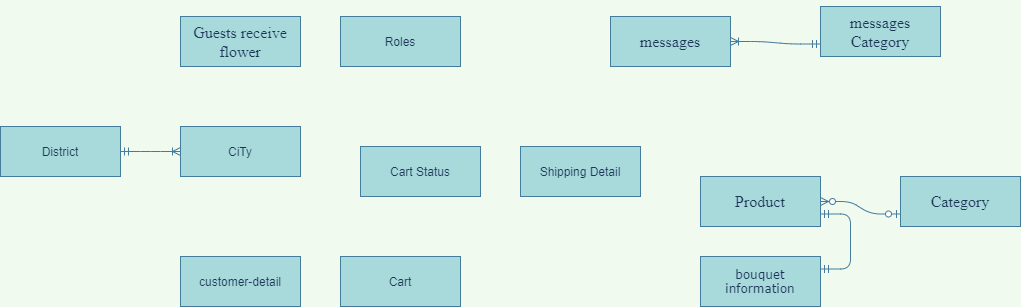
Before: Untitled Diagram.png, a diagram exported from draw.io (maialino123/Eproject-SEM3). Source tidied: cells renumbered, new cells last; positions are measured from the earlier drawing's top-left corner, leaving out a move shared by most shapes.
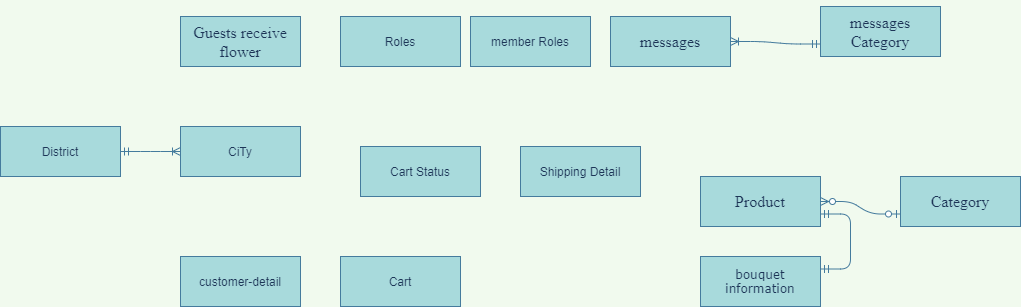
Later version of the same file.

Change to the diagram source:
```diff
@@ -53,5 +53,8 @@
     <mxCell id="18" value="Shipping Detail" style="whiteSpace=wrap;html=1;align=center;rounded=0;sketch=0;fontColor=#1D3557;strokeColor=#457B9D;fillColor=#A8DADC;" parent="1" vertex="1">
       <mxGeometry x="520" y="140" width="120" height="50" as="geometry" />
     </mxCell>
+    <mxCell id="19" value="member Roles" style="whiteSpace=wrap;html=1;align=center;rounded=0;sketch=0;fontColor=#1D3557;strokeColor=#457B9D;fillColor=#A8DADC;" parent="1" vertex="1">
+      <mxGeometry x="470" y="10" width="120" height="50" as="geometry" />
+    </mxCell>
   </root>
 </mxGraphModel>
```
